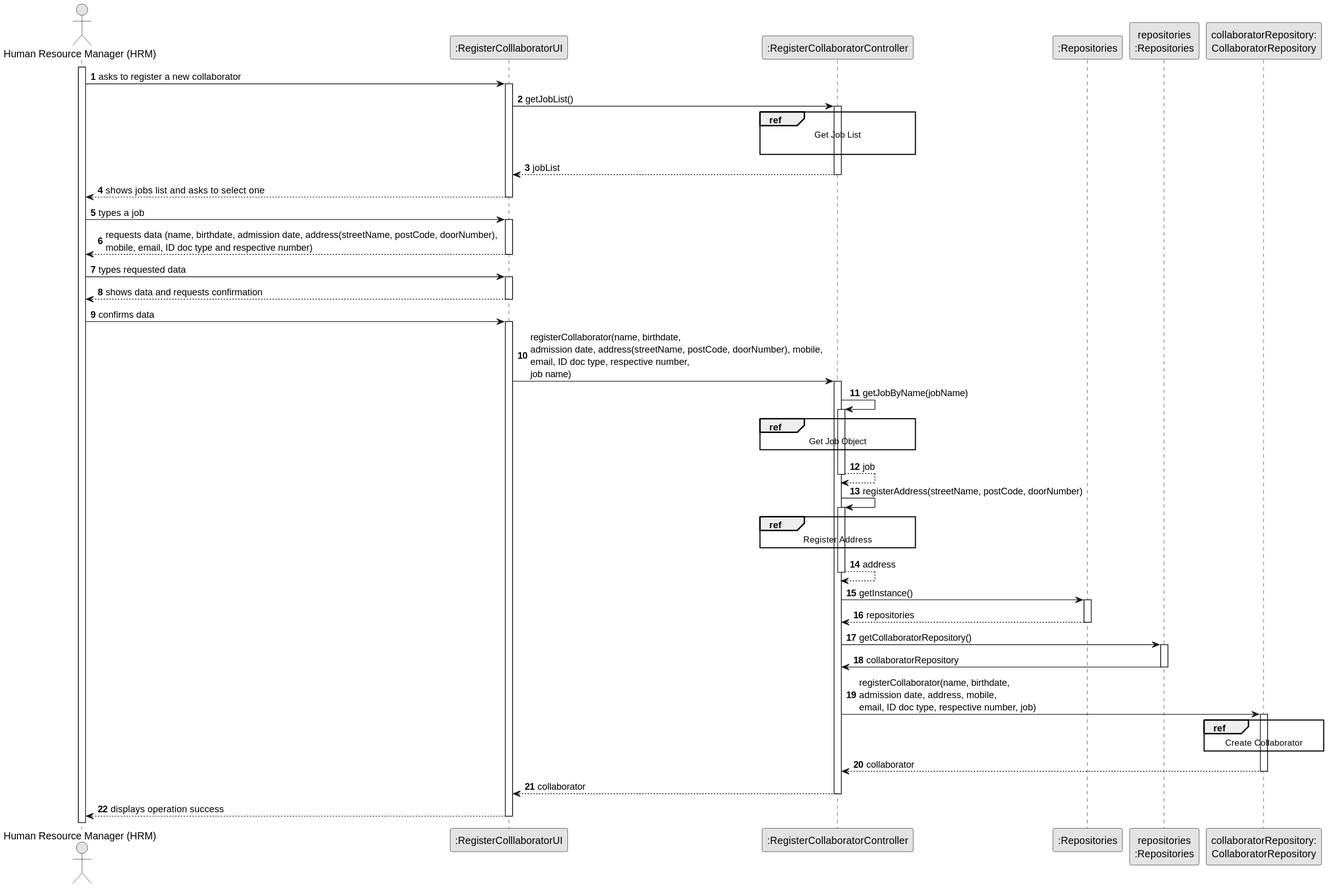
Earlier version of the PlantUML export docs/sprint2/us03/03.design/svg/us03-sequence-diagram.svg (Departamento-de-Engenharia-Informatica/lei-24-s2-1db-g022).
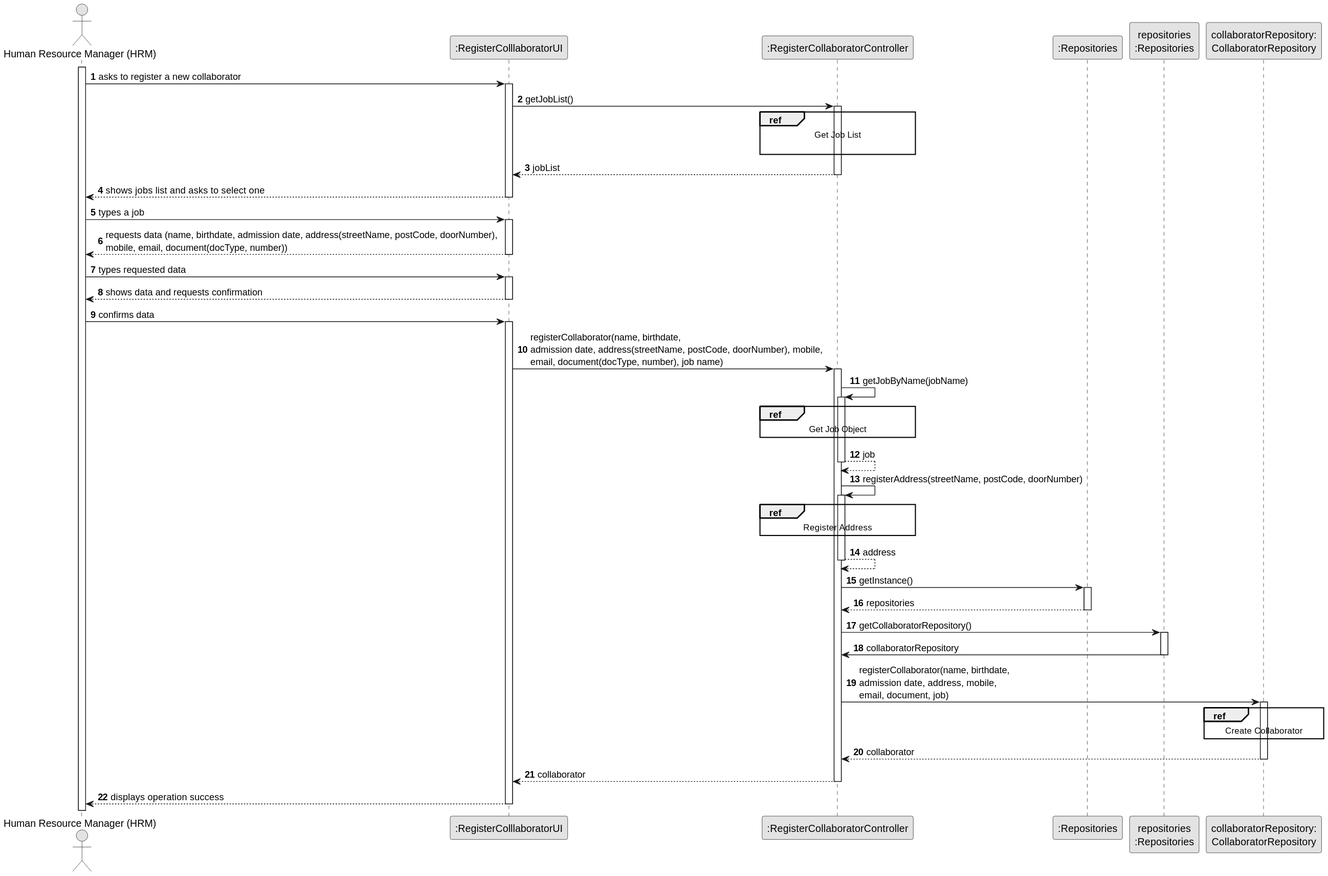
The same diagram one commit later.

What changed in the source:
```diff
@@ -33,7 +33,7 @@
         HRM -> UI :  types a job
         activate UI
 
-        UI --> HRM : requests data (name, birthdate, admission date, address(streetName, postCode, doorNumber), \nmobile, email, ID doc type and respective number)
+        UI --> HRM : requests data (name, birthdate, admission date, address(streetName, postCode, doorNumber), \nmobile, email, document(docType, number))
         deactivate UI
 
         HRM -> UI : types requested data
@@ -45,7 +45,7 @@
         HRM -> UI : confirms data
         activate UI
 
-        UI -> CTRL : registerCollaborator(name, birthdate, \nadmission date, address(streetName, postCode, doorNumber), mobile, \nemail, ID doc type, respective number, \njob name)
+        UI -> CTRL : registerCollaborator(name, birthdate, \nadmission date, address(streetName, postCode, doorNumber), mobile, \nemail, document(docType, number), job name)
         activate CTRL
 
             CTRL -> CTRL : getJobByName(jobName)
@@ -77,7 +77,7 @@
                     PLAT -> CTRL : collaboratorRepository
                 deactivate PLAT
 
-                CTRL -> CollaboratorRepository : registerCollaborator(name, birthdate, \nadmission date, address, mobile, \nemail, ID doc type, respective number, job)
+                CTRL -> CollaboratorRepository : registerCollaborator(name, birthdate, \nadmission date, address, mobile, \nemail, document, job)
                 activate CollaboratorRepository
 
                 ref over CollaboratorRepository
```
